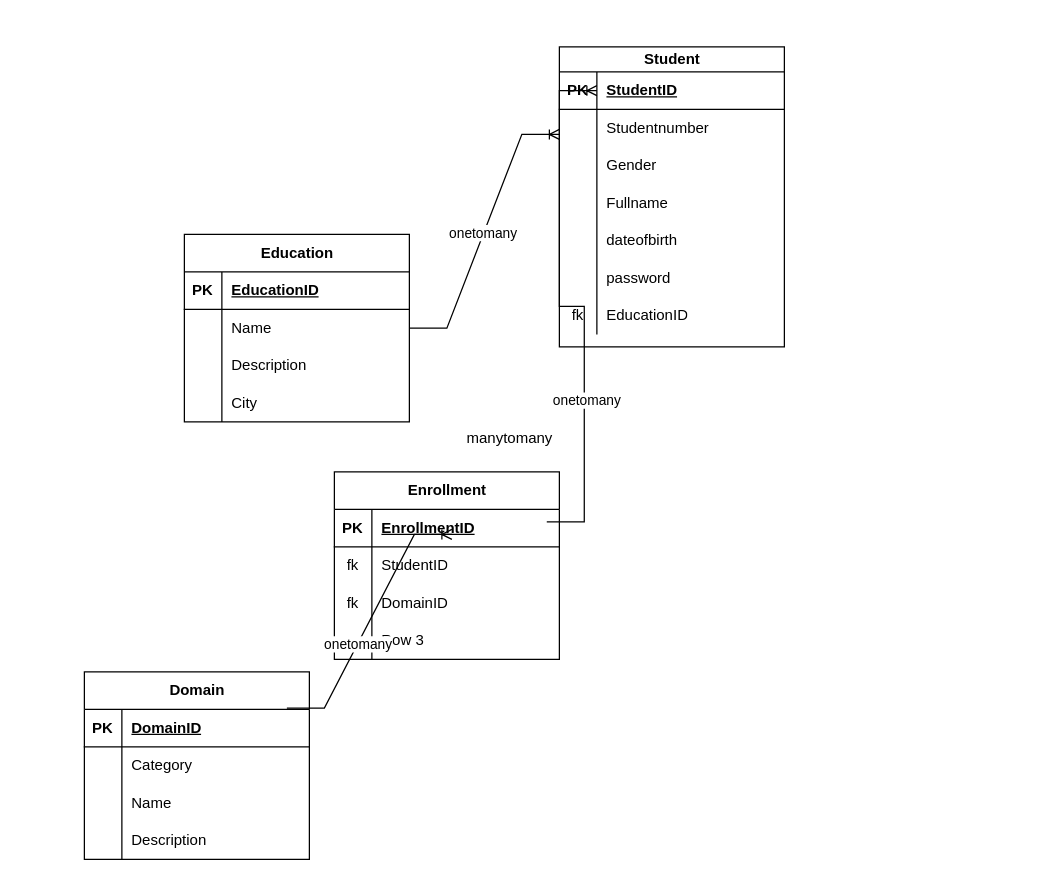
This is lab9oefening2.drawio from pascal-maker/datamanagement, a draw.io file, before an edit. Source tidied: cells renumbered, new cells numbered last; positions are measured from the earlier drawing's top-left corner, leaving out a move shared by most shapes. Both pictures are drawn from the tidied source at 125%, with x=0, y=0 at pixel (84, 46).
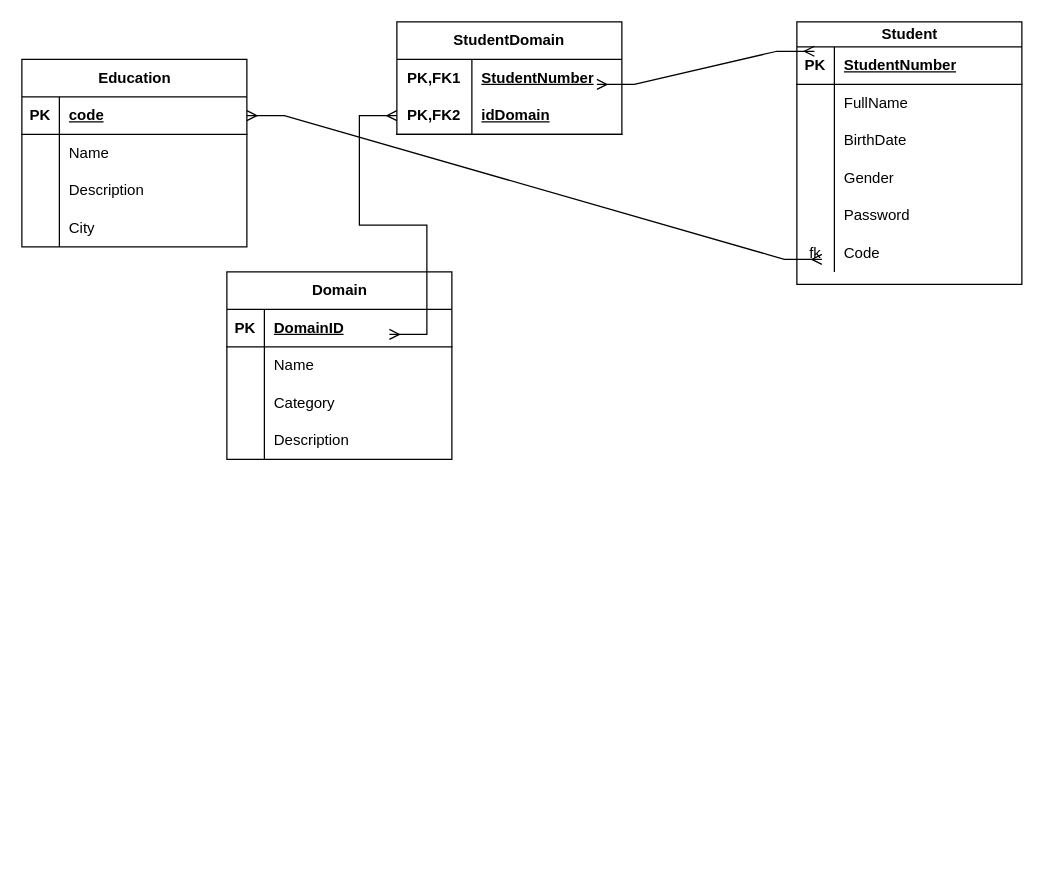
The same diagram, later.

Unchanged cells that the change refers to:
```xml
<mxCell id="3" style="shape=tableRow;horizontal=0;startSize=0;swimlaneHead=0;swimlaneBody=0;fillColor=none;points=[[0,0.5],[1,0.5]];portConstraint=eastwest;top=0;left=0;right=0;bottom=1;" parent="2" vertex="1">
  <mxGeometry y="30" width="180" height="30" as="geometry" />
</mxCell>
<mxCell id="16" style="shape=tableRow;horizontal=0;startSize=0;swimlaneHead=0;swimlaneBody=0;fillColor=none;points=[[0,0.5],[1,0.5]];portConstraint=eastwest;top=0;left=0;right=0;bottom=1;" parent="15" vertex="1">
  <mxGeometry y="20" width="180" height="30" as="geometry" />
</mxCell>
<mxCell id="19" style="shape=tableRow;horizontal=0;startSize=0;swimlaneHead=0;swimlaneBody=0;fillColor=none;top=0;left=0;right=0;bottom=0;" parent="15" vertex="1">
  <mxGeometry y="50" width="180" height="30" as="geometry" />
</mxCell>
<mxCell id="22" style="shape=tableRow;horizontal=0;startSize=0;swimlaneHead=0;swimlaneBody=0;fillColor=none;top=0;left=0;right=0;bottom=0;" parent="15" vertex="1">
  <mxGeometry y="80" width="180" height="30" as="geometry" />
</mxCell>
<mxCell id="25" style="shape=tableRow;horizontal=0;startSize=0;swimlaneHead=0;swimlaneBody=0;fillColor=none;top=0;left=0;right=0;bottom=0;" parent="15" vertex="1">
  <mxGeometry y="110" width="180" height="30" as="geometry" />
</mxCell>
<mxCell id="28" style="shape=tableRow;horizontal=0;startSize=0;swimlaneHead=0;swimlaneBody=0;fillColor=none;top=0;left=0;right=0;bottom=0;" parent="15" vertex="1">
  <mxGeometry y="140" width="180" height="30" as="geometry" />
</mxCell>
<mxCell id="31" style="shape=tableRow;horizontal=0;startSize=0;swimlaneHead=0;swimlaneBody=0;fillColor=none;top=0;left=0;right=0;bottom=0;" parent="15" vertex="1">
  <mxGeometry y="170" width="180" height="30" as="geometry" />
</mxCell>
<mxCell id="38" style="shape=tableRow;horizontal=0;startSize=0;swimlaneHead=0;swimlaneBody=0;fillColor=none;points=[[0,0.5],[1,0.5]];portConstraint=eastwest;top=0;left=0;right=0;bottom=1;" parent="37" vertex="1">
  <mxGeometry y="30" width="180" height="30" as="geometry" />
</mxCell>
<mxCell id="41" style="shape=tableRow;horizontal=0;startSize=0;swimlaneHead=0;swimlaneBody=0;fillColor=none;top=0;left=0;right=0;bottom=0;" parent="37" vertex="1">
  <mxGeometry y="60" width="180" height="30" as="geometry" />
</mxCell>
<mxCell id="44" style="shape=tableRow;horizontal=0;startSize=0;swimlaneHead=0;swimlaneBody=0;fillColor=none;top=0;left=0;right=0;bottom=0;" parent="37" vertex="1">
  <mxGeometry y="90" width="180" height="30" as="geometry" />
</mxCell>
```

The edit, as a diff of the source:
```diff
@@
     <mxCell id="2" value="Education" style="shape=table;startSize=30;childLayout=tableLayout;rowLines=0;fontStyle=1;align=center;html=1;" parent="1" vertex="1">
-      <mxGeometry x="80" y="150" width="180" height="150" as="geometry" />
+      <mxGeometry x="-50" y="10" width="180" height="150" as="geometry" />
     </mxCell>
@@
-    <mxCell id="5" value="EducationID" style="shape=partialRectangle;fillColor=none;top=0;left=0;bottom=0;right=0;align=left;spacingLeft=6;fontStyle=5;overflow=hidden;whiteSpace=wrap;html=1;" parent="3" vertex="1">
+    <mxCell id="5" value="code" style="shape=partialRectangle;fillColor=none;top=0;left=0;bottom=0;right=0;align=left;spacingLeft=6;fontStyle=5;overflow=hidden;whiteSpace=wrap;html=1;" parent="3" vertex="1">
       <mxGeometry x="30" width="150" height="30" as="geometry" />
     </mxCell>
@@
     <mxCell id="15" value="Student" style="shape=table;startSize=20;childLayout=tableLayout;rowLines=0;fontStyle=1;align=center;html=1;" parent="1" vertex="1">
-      <mxGeometry x="380" width="180" height="240" as="geometry" />
+      <mxGeometry x="570" y="-20" width="180" height="210" as="geometry" />
     </mxCell>
@@
-    <mxCell id="18" value="StudentID" style="shape=partialRectangle;fillColor=none;top=0;left=0;bottom=0;right=0;align=left;spacingLeft=6;fontStyle=5;overflow=hidden;whiteSpace=wrap;html=1;" parent="16" vertex="1">
+    <mxCell id="18" value="StudentNumber" style="shape=partialRectangle;fillColor=none;top=0;left=0;bottom=0;right=0;align=left;spacingLeft=6;fontStyle=5;overflow=hidden;whiteSpace=wrap;html=1;" parent="16" vertex="1">
       <mxGeometry x="30" width="150" height="30" as="geometry" />
     </mxCell>
@@
-    <mxCell id="21" value="Studentnumber" style="shape=partialRectangle;fillColor=none;top=0;left=0;bottom=0;right=0;align=left;spacingLeft=6;overflow=hidden;whiteSpace=wrap;html=1;" parent="19" vertex="1">
+    <mxCell id="21" value="FullName" style="shape=partialRectangle;fillColor=none;top=0;left=0;bottom=0;right=0;align=left;spacingLeft=6;overflow=hidden;whiteSpace=wrap;html=1;" parent="19" vertex="1">
       <mxGeometry x="30" width="150" height="30" as="geometry" />
     </mxCell>
@@
-    <mxCell id="24" value="Gender" style="shape=partialRectangle;fillColor=none;top=0;left=0;bottom=0;right=0;align=left;spacingLeft=6;overflow=hidden;whiteSpace=wrap;html=1;" parent="22" vertex="1">
+    <mxCell id="24" value="BirthDate" style="shape=partialRectangle;fillColor=none;top=0;left=0;bottom=0;right=0;align=left;spacingLeft=6;overflow=hidden;whiteSpace=wrap;html=1;" parent="22" vertex="1">
       <mxGeometry x="30" width="150" height="30" as="geometry" />
     </mxCell>
@@
-    <mxCell id="27" value="Fullname" style="shape=partialRectangle;fillColor=none;top=0;left=0;bottom=0;right=0;align=left;spacingLeft=6;overflow=hidden;whiteSpace=wrap;html=1;" parent="25" vertex="1">
+    <mxCell id="27" value="Gender" style="shape=partialRectangle;fillColor=none;top=0;left=0;bottom=0;right=0;align=left;spacingLeft=6;overflow=hidden;whiteSpace=wrap;html=1;" parent="25" vertex="1">
       <mxGeometry x="30" width="150" height="30" as="geometry" />
     </mxCell>
@@
-    <mxCell id="30" value="dateofbirth" style="shape=partialRectangle;fillColor=none;top=0;left=0;bottom=0;right=0;align=left;spacingLeft=6;overflow=hidden;whiteSpace=wrap;html=1;" parent="28" vertex="1">
+    <mxCell id="30" value="Password" style="shape=partialRectangle;fillColor=none;top=0;left=0;bottom=0;right=0;align=left;spacingLeft=6;overflow=hidden;whiteSpace=wrap;html=1;" parent="28" vertex="1">
       <mxGeometry x="30" width="150" height="30" as="geometry" />
     </mxCell>
@@
-    <mxCell id="32" style="shape=partialRectangle;fillColor=none;top=0;left=0;bottom=0;right=0;overflow=hidden;whiteSpace=wrap;html=1;" parent="31" vertex="1">
+    <mxCell id="32" value="fk" style="shape=partialRectangle;fillColor=none;top=0;left=0;bottom=0;right=0;overflow=hidden;whiteSpace=wrap;html=1;" parent="31" vertex="1">
       <mxGeometry width="30" height="30" as="geometry" />
     </mxCell>
-    <mxCell id="33" value="password" style="shape=partialRectangle;fillColor=none;top=0;left=0;bottom=0;right=0;align=left;spacingLeft=6;overflow=hidden;whiteSpace=wrap;html=1;" parent="31" vertex="1">
+    <mxCell id="33" value="Code" style="shape=partialRectangle;fillColor=none;top=0;left=0;bottom=0;right=0;align=left;spacingLeft=6;overflow=hidden;whiteSpace=wrap;html=1;" parent="31" vertex="1">
       <mxGeometry x="30" width="150" height="30" as="geometry" />
     </mxCell>
-    <mxCell id="34" style="shape=tableRow;horizontal=0;startSize=0;swimlaneHead=0;swimlaneBody=0;fillColor=none;top=0;left=0;right=0;bottom=0;" parent="15" vertex="1">
-      <mxGeometry y="200" width="180" height="30" as="geometry" />
-    </mxCell>
-    <mxCell id="35" value="fk" style="shape=partialRectangle;fillColor=none;top=0;left=0;bottom=0;right=0;overflow=hidden;whiteSpace=wrap;html=1;" parent="34" vertex="1">
-      <mxGeometry width="30" height="30" as="geometry" />
-    </mxCell>
-    <mxCell id="36" value="EducationID" style="shape=partialRectangle;fillColor=none;top=0;left=0;bottom=0;right=0;align=left;spacingLeft=6;overflow=hidden;whiteSpace=wrap;html=1;" parent="34" vertex="1">
-      <mxGeometry x="30" width="150" height="30" as="geometry" />
-    </mxCell>
     <mxCell id="37" value="Domain" style="shape=table;startSize=30;childLayout=tableLayout;rowLines=0;fontStyle=1;align=center;html=1;" parent="1" vertex="1">
-      <mxGeometry y="500" width="180" height="150" as="geometry" />
+      <mxGeometry x="114" y="180" width="180" height="150" as="geometry" />
     </mxCell>
@@
-    <mxCell id="43" value="Category" style="shape=partialRectangle;fillColor=none;top=0;left=0;bottom=0;right=0;align=left;spacingLeft=6;overflow=hidden;whiteSpace=wrap;html=1;" parent="41" vertex="1">
+    <mxCell id="43" value="Name" style="shape=partialRectangle;fillColor=none;top=0;left=0;bottom=0;right=0;align=left;spacingLeft=6;overflow=hidden;whiteSpace=wrap;html=1;" parent="41" vertex="1">
       <mxGeometry x="30" width="150" height="30" as="geometry" />
     </mxCell>
@@
-    <mxCell id="46" value="Name" style="shape=partialRectangle;fillColor=none;top=0;left=0;bottom=0;right=0;align=left;spacingLeft=6;overflow=hidden;whiteSpace=wrap;html=1;" parent="44" vertex="1">
+    <mxCell id="46" value="Category" style="shape=partialRectangle;fillColor=none;top=0;left=0;bottom=0;right=0;align=left;spacingLeft=6;overflow=hidden;whiteSpace=wrap;html=1;" parent="44" vertex="1">
       <mxGeometry x="30" width="150" height="30" as="geometry" />
     </mxCell>
@@
-    <mxCell id="50" style="edgeStyle=entityRelationEdgeStyle;fontSize=12;html=1;endArrow=ERoneToMany;rounded=0;" parent="1" edge="1" source="2">
-      <mxGeometry relative="1" as="geometry">
-        <mxPoint x="380" y="70" as="targetPoint" />
-      </mxGeometry>
-    </mxCell>
-    <mxCell id="51" value="onetomany" style="edgeLabel;html=1;align=center;verticalAlign=middle;" parent="50" vertex="1">
-      <mxGeometry x="-0.01" y="1" relative="1" as="geometry" />
-    </mxCell>
-    <mxCell id="52" value="manytomany" style="text;html=1;align=center;verticalAlign=middle;strokeColor=none;fillColor=none;" parent="1" vertex="1">
-      <mxGeometry x="295" y="298" width="90" height="30" as="geometry" />
-    </mxCell>
-    <mxCell id="53" value="Enrollment" style="shape=table;startSize=30;childLayout=tableLayout;rowLines=0;fontStyle=1;align=center;html=1;" parent="1" vertex="1">
-      <mxGeometry x="200" y="340" width="180" height="150" as="geometry" />
-    </mxCell>
-    <mxCell id="54" style="shape=tableRow;horizontal=0;startSize=0;swimlaneHead=0;swimlaneBody=0;fillColor=none;points=[[0,0.5],[1,0.5]];portConstraint=eastwest;top=0;left=0;right=0;bottom=1;" parent="53" vertex="1">
-      <mxGeometry y="30" width="180" height="30" as="geometry" />
-    </mxCell>
-    <mxCell id="55" value="PK" style="shape=partialRectangle;fillColor=none;top=0;left=0;bottom=0;right=0;fontStyle=1;overflow=hidden;whiteSpace=wrap;html=1;" parent="54" vertex="1">
-      <mxGeometry width="30" height="30" as="geometry" />
-    </mxCell>
-    <mxCell id="56" value="EnrollmentID" style="shape=partialRectangle;fillColor=none;top=0;left=0;bottom=0;right=0;align=left;spacingLeft=6;fontStyle=5;overflow=hidden;whiteSpace=wrap;html=1;" parent="54" vertex="1">
-      <mxGeometry x="30" width="150" height="30" as="geometry" />
-    </mxCell>
-    <mxCell id="57" style="shape=tableRow;horizontal=0;startSize=0;swimlaneHead=0;swimlaneBody=0;fillColor=none;top=0;left=0;right=0;bottom=0;" parent="53" vertex="1">
-      <mxGeometry y="60" width="180" height="30" as="geometry" />
-    </mxCell>
-    <mxCell id="58" value="fk" style="shape=partialRectangle;fillColor=none;top=0;left=0;bottom=0;right=0;overflow=hidden;whiteSpace=wrap;html=1;" parent="57" vertex="1">
-      <mxGeometry width="30" height="30" as="geometry" />
-    </mxCell>
-    <mxCell id="59" value="StudentID" style="shape=partialRectangle;fillColor=none;top=0;left=0;bottom=0;right=0;align=left;spacingLeft=6;overflow=hidden;whiteSpace=wrap;html=1;" parent="57" vertex="1">
-      <mxGeometry x="30" width="150" height="30" as="geometry" />
-    </mxCell>
-    <mxCell id="60" style="shape=tableRow;horizontal=0;startSize=0;swimlaneHead=0;swimlaneBody=0;fillColor=none;top=0;left=0;right=0;bottom=0;" parent="53" vertex="1">
-      <mxGeometry y="90" width="180" height="30" as="geometry" />
-    </mxCell>
-    <mxCell id="61" value="fk" style="shape=partialRectangle;fillColor=none;top=0;left=0;bottom=0;right=0;overflow=hidden;whiteSpace=wrap;html=1;" parent="60" vertex="1">
-      <mxGeometry width="30" height="30" as="geometry" />
-    </mxCell>
-    <mxCell id="62" value="DomainID" style="shape=partialRectangle;fillColor=none;top=0;left=0;bottom=0;right=0;align=left;spacingLeft=6;overflow=hidden;whiteSpace=wrap;html=1;" parent="60" vertex="1">
-      <mxGeometry x="30" width="150" height="30" as="geometry" />
-    </mxCell>
-    <mxCell id="63" style="shape=tableRow;horizontal=0;startSize=0;swimlaneHead=0;swimlaneBody=0;fillColor=none;top=0;left=0;right=0;bottom=0;" parent="53" vertex="1">
-      <mxGeometry y="120" width="180" height="30" as="geometry" />
-    </mxCell>
-    <mxCell id="64" style="shape=partialRectangle;fillColor=none;top=0;left=0;bottom=0;right=0;overflow=hidden;whiteSpace=wrap;html=1;" parent="63" vertex="1">
-      <mxGeometry width="30" height="30" as="geometry" />
-    </mxCell>
-    <mxCell id="65" value="Row 3" style="shape=partialRectangle;fillColor=none;top=0;left=0;bottom=0;right=0;align=left;spacingLeft=6;overflow=hidden;whiteSpace=wrap;html=1;" parent="63" vertex="1">
-      <mxGeometry x="30" width="150" height="30" as="geometry" />
-    </mxCell>
-    <mxCell id="66" style="edgeStyle=entityRelationEdgeStyle;fontSize=12;html=1;endArrow=ERoneToMany;rounded=0;exitX=0.944;exitY=0.333;exitDx=0;exitDy=0;exitPerimeter=0;" parent="1" edge="1" source="54">
-      <mxGeometry relative="1" as="geometry">
-        <mxPoint x="410" y="35" as="targetPoint" />
-        <Array as="points">
-          <mxPoint x="320" y="340" />
-          <mxPoint x="240" y="370" />
-        </Array>
-      </mxGeometry>
-    </mxCell>
-    <mxCell id="67" value="onetomany" style="edgeLabel;html=1;align=center;verticalAlign=middle;" parent="66" vertex="1">
-      <mxGeometry x="-0.4" y="-2" relative="1" as="geometry" />
-    </mxCell>
-    <mxCell id="68" style="edgeStyle=entityRelationEdgeStyle;fontSize=12;html=1;endArrow=ERoneToMany;rounded=0;exitX=0.9;exitY=-0.033;exitDx=0;exitDy=0;exitPerimeter=0;" parent="1" edge="1" source="38">
-      <mxGeometry relative="1" as="geometry">
-        <mxPoint x="294" y="390" as="targetPoint" />
-      </mxGeometry>
-    </mxCell>
-    <mxCell id="69" value="onetomany" style="edgeLabel;html=1;align=center;verticalAlign=middle;" parent="68" vertex="1">
-      <mxGeometry x="-0.19" y="-1" relative="1" as="geometry">
-        <mxPoint x="-1" as="offset" />
-      </mxGeometry>
-    </mxCell>
+    <mxCell id="70" value="StudentDomain" style="shape=table;startSize=30;childLayout=tableLayout;rowLines=0;fontStyle=1;align=center;html=1;whiteSpace=wrap;" parent="1" vertex="1">
+      <mxGeometry x="250" y="-20" width="180" height="90" as="geometry" />
+    </mxCell>
+    <mxCell id="71" style="shape=tableRow;horizontal=0;startSize=0;swimlaneHead=0;swimlaneBody=0;fillColor=none;top=0;left=0;right=0;bottom=0;html=1;" parent="70" vertex="1">
+      <mxGeometry y="30" width="180" height="30" as="geometry" />
+    </mxCell>
+    <mxCell id="72" value="PK,FK1" style="shape=partialRectangle;fillColor=none;top=0;left=0;bottom=0;right=0;fontStyle=1;overflow=hidden;html=1;whiteSpace=wrap;" parent="71" vertex="1">
+      <mxGeometry width="60" height="30" as="geometry" />
+    </mxCell>
+    <mxCell id="73" value="StudentNumber" style="shape=partialRectangle;fillColor=none;top=0;left=0;bottom=0;right=0;align=left;spacingLeft=6;fontStyle=5;overflow=hidden;html=1;whiteSpace=wrap;" parent="71" vertex="1">
+      <mxGeometry x="60" width="120" height="30" as="geometry" />
+    </mxCell>
+    <mxCell id="74" style="shape=tableRow;horizontal=0;startSize=0;swimlaneHead=0;swimlaneBody=0;fillColor=none;points=[[0,0.5],[1,0.5]];portConstraint=eastwest;top=0;left=0;right=0;bottom=1;html=1;" parent="70" vertex="1">
+      <mxGeometry y="60" width="180" height="30" as="geometry" />
+    </mxCell>
+    <mxCell id="75" value="PK,FK2" style="shape=partialRectangle;fillColor=none;top=0;left=0;bottom=0;right=0;fontStyle=1;overflow=hidden;html=1;whiteSpace=wrap;" parent="74" vertex="1">
+      <mxGeometry width="60" height="30" as="geometry" />
+    </mxCell>
+    <mxCell id="76" value="idDomain" style="shape=partialRectangle;fillColor=none;top=0;left=0;bottom=0;right=0;align=left;spacingLeft=6;fontStyle=5;overflow=hidden;html=1;whiteSpace=wrap;" parent="74" vertex="1">
+      <mxGeometry x="60" width="120" height="30" as="geometry" />
+    </mxCell>
+    <mxCell id="77" style="edgeStyle=entityRelationEdgeStyle;fontSize=12;html=1;endArrow=ERmany;startArrow=ERmany;rounded=0;entryX=0.078;entryY=0.117;entryDx=0;entryDy=0;entryPerimeter=0;" parent="1" edge="1" target="16">
+      <mxGeometry relative="1" as="geometry">
+        <mxPoint x="410" y="30" as="sourcePoint" />
+      </mxGeometry>
+    </mxCell>
+    <mxCell id="78" style="edgeStyle=entityRelationEdgeStyle;fontSize=12;html=1;endArrow=ERmany;startArrow=ERmany;rounded=0;" parent="1" edge="1" target="74">
+      <mxGeometry relative="1" as="geometry">
+        <mxPoint x="244" y="230" as="sourcePoint" />
+      </mxGeometry>
+    </mxCell>
+    <mxCell id="79" style="edgeStyle=entityRelationEdgeStyle;fontSize=12;html=1;endArrow=ERmany;startArrow=ERmany;rounded=0;" parent="1" edge="1" source="3">
+      <mxGeometry relative="1" as="geometry">
+        <mxPoint x="590" y="170" as="targetPoint" />
+      </mxGeometry>
+    </mxCell>
```
